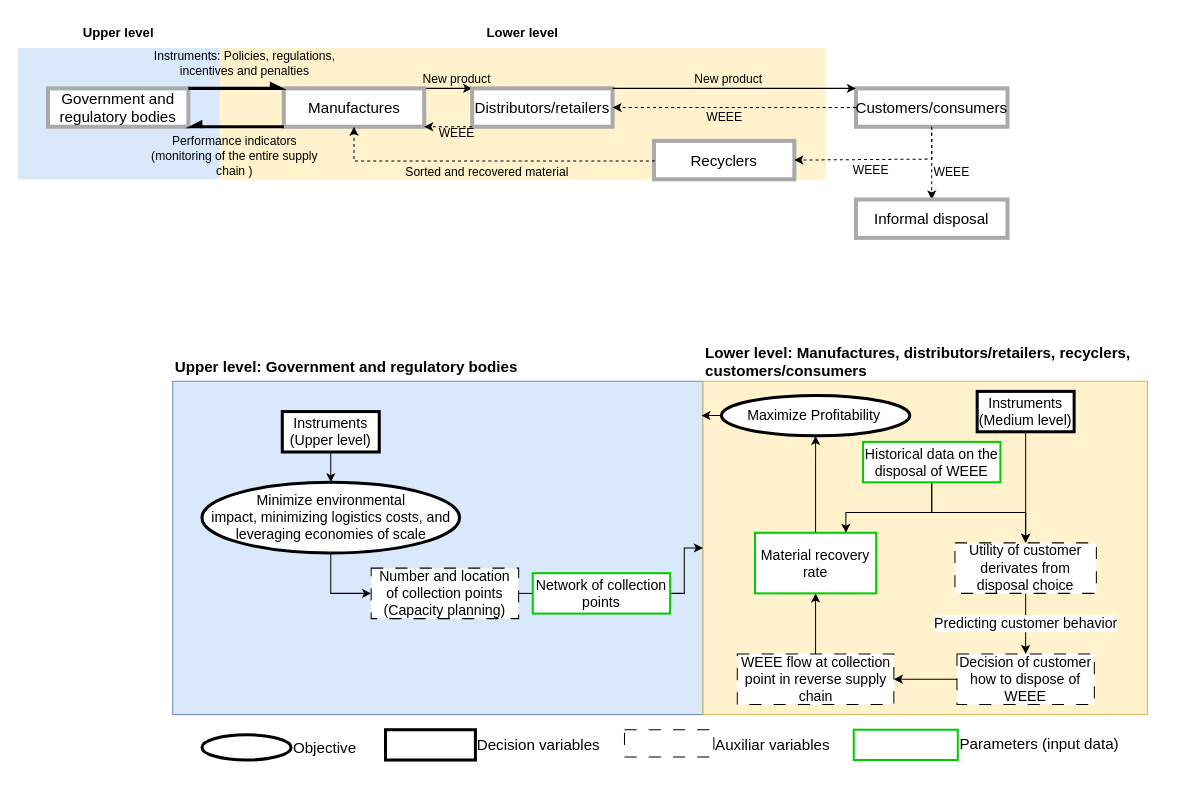
The draw.io diagram Unbenanntes Diagramm.drawio in lorerubiano22/LSRR_Working, before the edit. Source tidied: cells renumbered, new cells numbered last; positions are measured from the earlier drawing's top-left corner, leaving out a move shared by most shapes. Both pictures are drawn from the tidied source at 101%, with x=0, y=0 at pixel (17, 17).
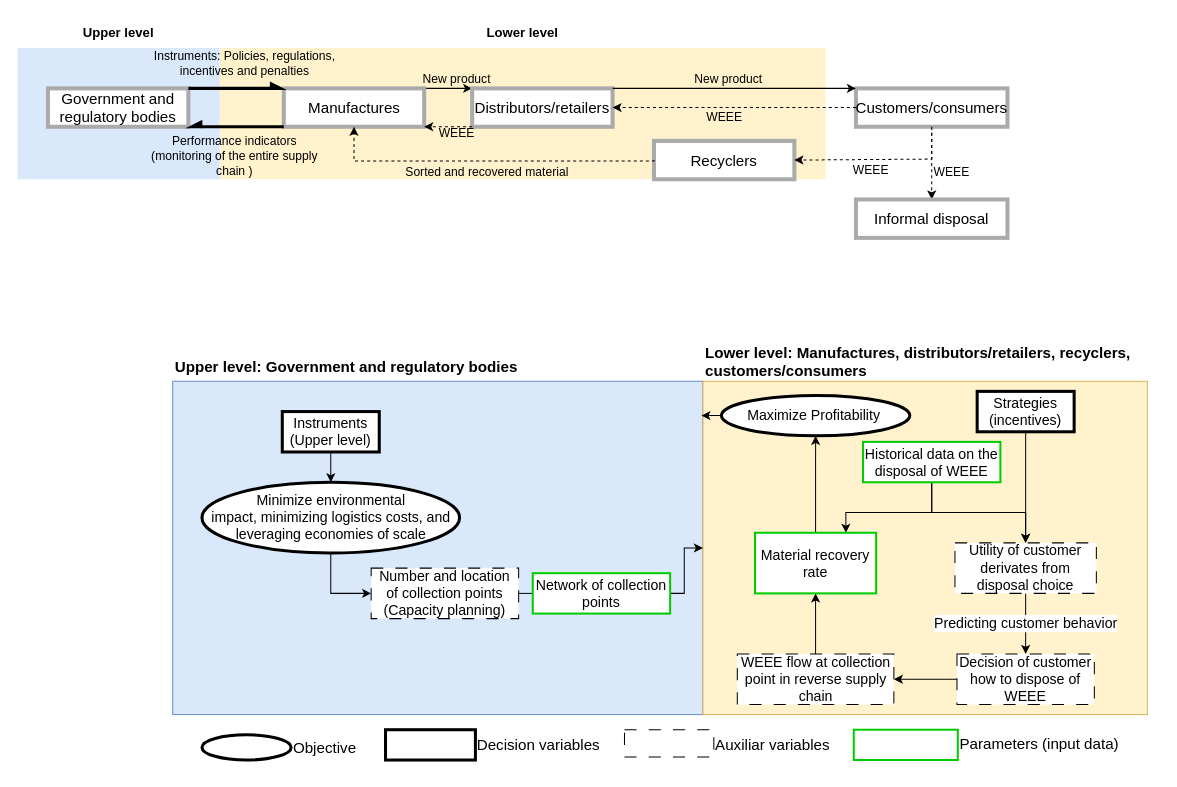
The same page after the edit.

Change to the diagram source:
```diff
@@
-    <mxCell id="41" value="Instruments&lt;div style=&quot;font-size: 14px;&quot;&gt;(Medium level)&lt;/div&gt;" style="rounded=0;whiteSpace=wrap;html=1;fontSize=14;strokeWidth=3;" parent="1" vertex="1">
+    <mxCell id="41" value="Strategies (incentives)" style="rounded=0;whiteSpace=wrap;html=1;fontSize=14;strokeWidth=3;" parent="1" vertex="1">
       <mxGeometry x="950" y="370" width="96" height="40" as="geometry" />
     </mxCell>
```
